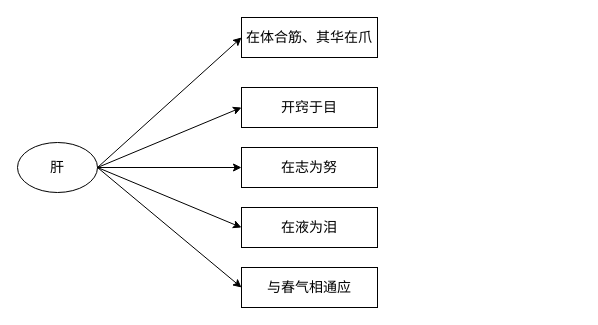
Before: 医门推敲叁/中医藏象学说/藏象学说之肝/肝与形、窍、志、液、时的关系/肝与形、窍、志、液、时的关系.drawio in 328507133/chart, a draw.io diagram. Source tidied: cells renumbered, new cells numbered last; positions are measured from the earlier drawing's top-left corner, leaving out a move shared by most shapes. Both pictures are drawn from the tidied source at 100%, with x=0, y=0 at pixel (17, 17).
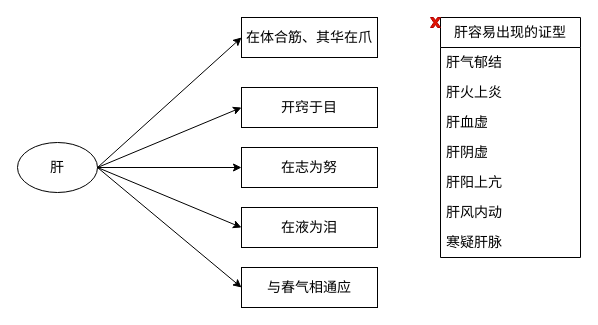
Above is the later version.

Commit message (it also covers changes not shown here):
更新肝与形、窍、志、液、时的关系.drawio

Change to the diagram source:
```diff
@@
+    <mxCell id="13" value="肝容易出现的证型" style="swimlane;fontStyle=0;horizontal=1;startSize=30;whiteSpace=wrap;html=1;fontSize=14;" parent="1" vertex="1">
+      <mxGeometry x="423" width="140" height="240" as="geometry" />
+    </mxCell>
+    <mxCell id="14" value="肝气郁结" style="text;strokeColor=none;fillColor=none;align=left;verticalAlign=middle;spacingLeft=4;spacingRight=4;overflow=hidden;whiteSpace=wrap;html=1;fontSize=14;" parent="13" vertex="1">
+      <mxGeometry y="30" width="140" height="30" as="geometry" />
+    </mxCell>
+    <mxCell id="15" value="肝火上炎" style="text;strokeColor=none;fillColor=none;align=left;verticalAlign=middle;spacingLeft=4;spacingRight=4;overflow=hidden;whiteSpace=wrap;html=1;fontSize=14;" parent="13" vertex="1">
+      <mxGeometry y="60" width="140" height="30" as="geometry" />
+    </mxCell>
+    <mxCell id="16" value="肝血虚" style="text;strokeColor=none;fillColor=none;align=left;verticalAlign=middle;spacingLeft=4;spacingRight=4;overflow=hidden;whiteSpace=wrap;html=1;fontSize=14;" parent="13" vertex="1">
+      <mxGeometry y="90" width="140" height="30" as="geometry" />
+    </mxCell>
+    <mxCell id="17" value="肝阴虚" style="text;strokeColor=none;fillColor=none;align=left;verticalAlign=middle;spacingLeft=4;spacingRight=4;overflow=hidden;whiteSpace=wrap;html=1;fontSize=14;" parent="13" vertex="1">
+      <mxGeometry y="120" width="140" height="30" as="geometry" />
+    </mxCell>
+    <mxCell id="18" value="肝阳上亢" style="text;strokeColor=none;fillColor=none;align=left;verticalAlign=middle;spacingLeft=4;spacingRight=4;overflow=hidden;whiteSpace=wrap;html=1;fontSize=14;" parent="13" vertex="1">
+      <mxGeometry y="150" width="140" height="30" as="geometry" />
+    </mxCell>
+    <mxCell id="19" value="肝风内动" style="text;strokeColor=none;fillColor=none;align=left;verticalAlign=middle;spacingLeft=4;spacingRight=4;overflow=hidden;whiteSpace=wrap;html=1;fontSize=14;" parent="13" vertex="1">
+      <mxGeometry y="180" width="140" height="30" as="geometry" />
+    </mxCell>
+    <mxCell id="20" value="寒疑肝脉" style="text;strokeColor=none;fillColor=none;align=left;verticalAlign=middle;spacingLeft=4;spacingRight=4;overflow=hidden;whiteSpace=wrap;html=1;fontSize=14;" parent="13" vertex="1">
+      <mxGeometry y="210" width="140" height="30" as="geometry" />
+    </mxCell>
+    <mxCell id="21" style="verticalLabelPosition=bottom;verticalAlign=top;html=1;shape=mxgraph.basic.x;fillColor=#e51400;strokeColor=#B20000;fontColor=#ffffff;" parent="1" vertex="1">
+      <mxGeometry x="413" width="10" height="10" as="geometry" />
+    </mxCell>
```
